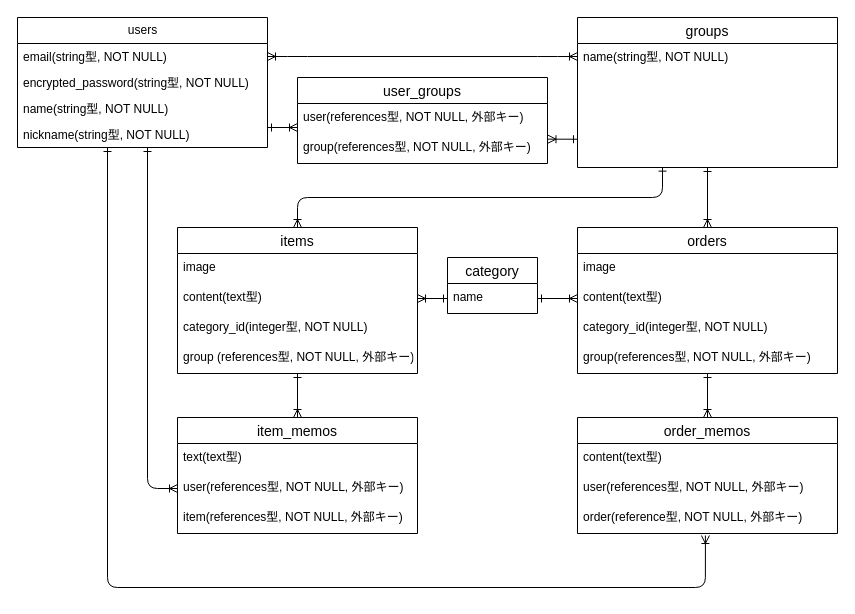
This is kauzo.drawio from komafuji820/kauzo, a draw.io file, before an edit. Source tidied: cells renumbered, new cells numbered last; positions are measured from the earlier drawing's top-left corner, leaving out a move shared by most shapes. Both pictures are drawn from the tidied source at 100%, with x=0, y=0 at pixel (17, 17).
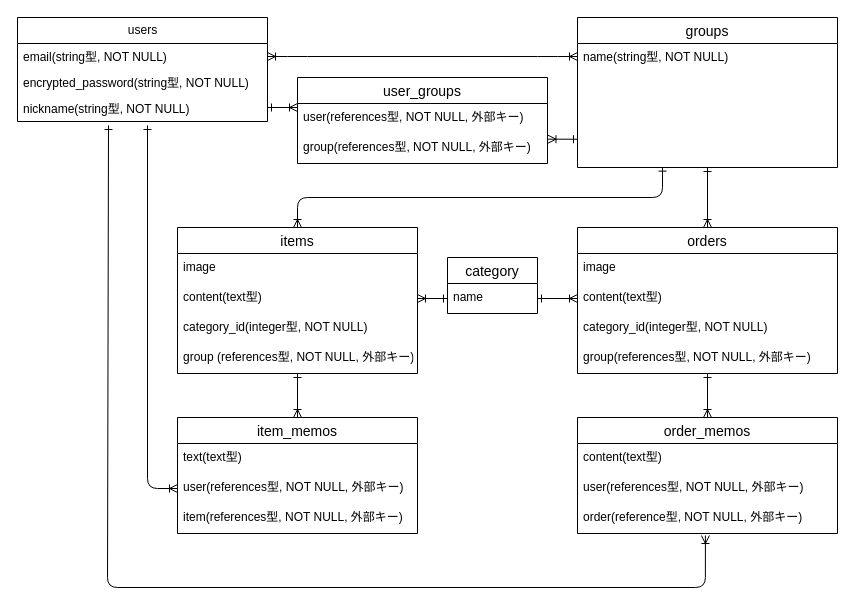
After the change.

The change refers to these unchanged cells:
```xml
<mxCell id="23" value="order(reference型, NOT NULL, 外部キー)" style="text;strokeColor=none;fillColor=none;spacingLeft=4;spacingRight=4;overflow=hidden;points=[[0,0.5],[1,0.5]];portConstraint=eastwest;fontSize=12;" parent="20" vertex="1">
  <mxGeometry y="86" width="260" height="30" as="geometry" />
</mxCell>
<mxCell id="34" value="user(references型, NOT NULL, 外部キー)" style="text;strokeColor=none;fillColor=none;spacingLeft=4;spacingRight=4;overflow=hidden;points=[[0,0.5],[1,0.5]];portConstraint=eastwest;fontSize=12;" parent="32" vertex="1">
  <mxGeometry y="56" width="240" height="30" as="geometry" />
</mxCell>
```

The edit, as a diff of the source:
```diff
@@
     <mxCell id="2" value="users" style="swimlane;fontStyle=0;horizontal=1;startSize=26;fillColor=none;html=1;" parent="1" vertex="1">
-      <mxGeometry width="250" height="130" as="geometry" />
+      <mxGeometry width="250" height="104" as="geometry" />
     </mxCell>
@@
-    <mxCell id="5" value="name(string型, NOT NULL)" style="text;strokeColor=none;fillColor=none;align=left;verticalAlign=top;spacingLeft=4;spacingRight=4;overflow=hidden;whiteSpace=wrap;html=1;" parent="2" vertex="1">
-      <mxGeometry y="78" width="250" height="26" as="geometry" />
-    </mxCell>
     <mxCell id="6" value="nickname(string型, NOT NULL)" style="text;strokeColor=none;fillColor=none;align=left;verticalAlign=top;spacingLeft=4;spacingRight=4;overflow=hidden;points=[[0,0.5],[1,0.5]];portConstraint=eastwest;whiteSpace=wrap;html=1;" parent="2" vertex="1">
-      <mxGeometry y="104" width="250" height="26" as="geometry" />
+      <mxGeometry y="78" width="250" height="26" as="geometry" />
     </mxCell>
@@
-    <mxCell id="36" style="edgeStyle=orthogonalEdgeStyle;html=1;startArrow=ERoneToMany;startFill=0;endArrow=ERone;endFill=0;exitX=0.492;exitY=1.067;exitDx=0;exitDy=0;exitPerimeter=0;" parent="1" edge="1" source="23">
+    <mxCell id="36" style="edgeStyle=orthogonalEdgeStyle;html=1;startArrow=ERoneToMany;startFill=0;endArrow=ERone;endFill=0;exitX=0.492;exitY=1.067;exitDx=0;exitDy=0;exitPerimeter=0;entryX=0.364;entryY=1.154;entryDx=0;entryDy=0;entryPerimeter=0;" parent="1" edge="1" source="23" target="6">
       <mxGeometry relative="1" as="geometry">
-        <mxPoint x="90" y="130" as="targetPoint" />
         <Array as="points">
           <mxPoint x="688" y="570" />
           <mxPoint x="90" y="570" />
         </Array>
       </mxGeometry>
     </mxCell>
@@
-    <mxCell id="39" style="edgeStyle=orthogonalEdgeStyle;html=1;startArrow=ERone;startFill=0;endArrow=ERoneToMany;endFill=0;entryX=0;entryY=0.5;entryDx=0;entryDy=0;" parent="1" edge="1" target="34">
+    <mxCell id="39" style="edgeStyle=orthogonalEdgeStyle;html=1;startArrow=ERone;startFill=0;endArrow=ERoneToMany;endFill=0;entryX=0;entryY=0.5;entryDx=0;entryDy=0;exitX=0.52;exitY=1.154;exitDx=0;exitDy=0;exitPerimeter=0;" parent="1" edge="1" source="6" target="34">
       <mxGeometry relative="1" as="geometry">
-        <mxPoint x="130" y="130" as="sourcePoint" />
         <Array as="points">
           <mxPoint x="130" y="471" />
         </Array>
       </mxGeometry>
     </mxCell>
@@
     <mxCell id="42" style="edgeStyle=none;html=1;startArrow=ERoneToMany;startFill=0;endArrow=ERone;endFill=0;" parent="1" edge="1">
       <mxGeometry relative="1" as="geometry">
-        <mxPoint x="280" y="110" as="sourcePoint" />
-        <mxPoint x="250" y="110" as="targetPoint" />
+        <mxPoint x="280" y="90" as="sourcePoint" />
+        <mxPoint x="250" y="90" as="targetPoint" />
       </mxGeometry>
     </mxCell>
```
